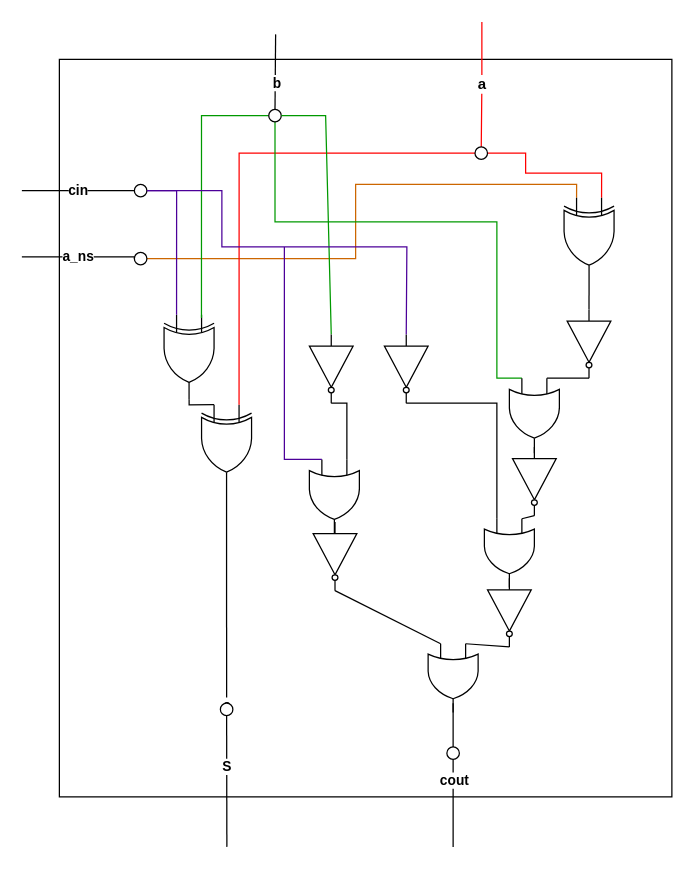
Before: Untitled Diagram.drawio in michal-mano/Digital_Systems, a draw.io diagram. Source tidied: cells renumbered, new cells numbered last; positions are measured from the earlier drawing's top-left corner, leaving out a move shared by most shapes. Both pictures are drawn from the tidied source at 125%, with x=0, y=0 at pixel (21, 21).
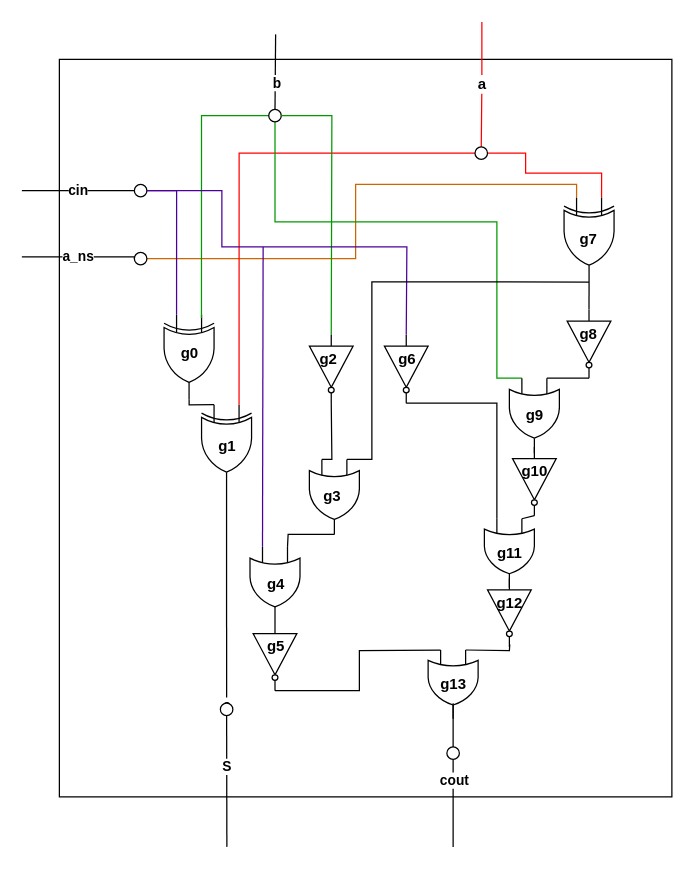
After the change.

The change refers to these unchanged cells:
```xml
<mxCell id="8" style="verticalLabelPosition=bottom;shadow=0;dashed=0;align=center;html=1;verticalAlign=top;shape=mxgraph.electrical.logic_gates.logic_gate;operation=xor;rotation=90;" parent="1" vertex="1">
  <mxGeometry x="420" y="154.4" width="67.5" height="40" as="geometry" />
</mxCell>
<mxCell id="11" style="verticalLabelPosition=bottom;shadow=0;dashed=0;align=center;html=1;verticalAlign=top;shape=mxgraph.electrical.logic_gates.logic_gate;operation=or;rotation=90;" parent="1" vertex="1">
  <mxGeometry x="220" y="360" width="60" height="40" as="geometry" />
</mxCell>
<mxCell id="27" style="ellipse;whiteSpace=wrap;html=1;" parent="1" vertex="1">
  <mxGeometry x="197.5" y="70" width="10" height="10" as="geometry" />
</mxCell>
<mxCell id="39" style="verticalLabelPosition=bottom;shadow=0;dashed=0;align=center;html=1;verticalAlign=top;shape=mxgraph.electrical.logic_gates.inverter_2;rotation=90;" parent="1" vertex="1">
  <mxGeometry x="362.5" y="455" width="55" height="35" as="geometry" />
</mxCell>
<mxCell id="50" style="verticalLabelPosition=bottom;shadow=0;dashed=0;align=center;html=1;verticalAlign=top;shape=mxgraph.electrical.logic_gates.inverter_2;rotation=90;" parent="1" vertex="1">
  <mxGeometry x="220" y="260" width="55" height="35" as="geometry" />
</mxCell>
```

The edit, as a diff of the source:
```diff
@@
     <mxCell id="32" style="endArrow=none;html=1;rounded=0;shadow=0;entryX=0;entryY=0.5;entryDx=0;entryDy=0;entryPerimeter=0;exitX=1;exitY=0.5;exitDx=0;exitDy=0;strokeColor=#009900;" parent="1" edge="1" source="27" target="50">
       <mxGeometry relative="1" as="geometry">
         <Array as="points">
-          <mxPoint x="243" y="75" />
+          <mxPoint x="248" y="75" />
         </Array>
       </mxGeometry>
     </mxCell>
@@
-    <mxCell id="35" style="endArrow=none;html=1;rounded=0;shadow=0;exitX=0;exitY=0.75;exitDx=0;exitDy=0;exitPerimeter=0;strokeColor=#4C0099;" parent="1" edge="1" source="11">
-      <mxGeometry relative="1" as="geometry">
-        <mxPoint x="210" y="180" as="targetPoint" />
-        <Array as="points">
-          <mxPoint x="210" y="350" />
-        </Array>
-      </mxGeometry>
-    </mxCell>
-    <mxCell id="36" style="verticalLabelPosition=bottom;shadow=0;dashed=0;align=center;html=1;verticalAlign=top;shape=mxgraph.electrical.logic_gates.inverter_2;rotation=90;" parent="1" vertex="1">
-      <mxGeometry x="223" y="410" width="55" height="35" as="geometry" />
-    </mxCell>
@@
     <mxCell id="40" style="verticalLabelPosition=bottom;shadow=0;dashed=0;align=center;html=1;verticalAlign=top;shape=mxgraph.electrical.logic_gates.logic_gate;operation=or;rotation=90;" parent="1" vertex="1">
-      <mxGeometry x="317.5" y="505" width="55" height="40" as="geometry" />
+      <mxGeometry x="317.5" y="510" width="55" height="40" as="geometry" />
     </mxCell>
-    <mxCell id="41" style="endArrow=none;html=1;rounded=0;shadow=0;exitX=1;exitY=0.5;exitDx=0;exitDy=0;exitPerimeter=0;entryX=0;entryY=0.75;entryDx=0;entryDy=0;entryPerimeter=0;" parent="1" edge="1" source="36" target="40">
-      <mxGeometry relative="1" as="geometry" />
+    <mxCell id="41" style="endArrow=none;html=1;rounded=0;shadow=0;exitX=1;exitY=0.5;exitDx=0;exitDy=0;exitPerimeter=0;entryX=0;entryY=0.75;entryDx=0;entryDy=0;entryPerimeter=0;" parent="1" edge="1" source="66" target="40">
+      <mxGeometry relative="1" as="geometry">
+        <Array as="points">
+          <mxPoint x="270" y="535" />
+          <mxPoint x="270" y="503" />
+        </Array>
+      </mxGeometry>
     </mxCell>
-    <mxCell id="42" style="endArrow=none;html=1;rounded=0;shadow=0;exitX=1;exitY=0.5;exitDx=0;exitDy=0;exitPerimeter=0;entryX=0;entryY=0.25;entryDx=0;entryDy=0;entryPerimeter=0;" parent="1" edge="1" source="39" target="40">
-      <mxGeometry relative="1" as="geometry" />
+    <mxCell id="42" style="endArrow=none;html=1;rounded=0;shadow=0;entryX=0;entryY=0.25;entryDx=0;entryDy=0;entryPerimeter=0;exitX=0.964;exitY=0.49;exitDx=0;exitDy=0;exitPerimeter=0;" parent="1" edge="1" source="39" target="40">
+      <mxGeometry relative="1" as="geometry">
+        <Array as="points">
+          <mxPoint x="390" y="503" />
+        </Array>
+      </mxGeometry>
     </mxCell>
@@
-    <mxCell id="51" style="endArrow=none;html=1;rounded=0;shadow=0;strokeColor=#000000;exitX=1;exitY=0.5;exitDx=0;exitDy=0;exitPerimeter=0;entryX=0;entryY=0.25;entryDx=0;entryDy=0;entryPerimeter=0;" parent="1" edge="1" source="50" target="11">
+    <mxCell id="51" style="endArrow=none;html=1;rounded=0;shadow=0;strokeColor=#000000;exitX=1;exitY=0.5;exitDx=0;exitDy=0;exitPerimeter=0;entryX=0;entryY=0.75;entryDx=0;entryDy=0;entryPerimeter=0;" parent="1" edge="1" source="50" target="11">
       <mxGeometry relative="1" as="geometry">
         <Array as="points">
-          <mxPoint x="260" y="305" />
+          <mxPoint x="248" y="350" />
         </Array>
       </mxGeometry>
     </mxCell>
+    <mxCell id="52" value="g0" style="text;html=1;align=center;verticalAlign=middle;fillColor=none;strokeColor=none;rounded=0;fontStyle=1;" parent="1" vertex="1">
+      <mxGeometry x="118.8" y="255" width="30" height="20" as="geometry" />
+    </mxCell>
+    <mxCell id="53" value="g1" style="text;html=1;align=center;verticalAlign=middle;fillColor=none;strokeColor=none;rounded=0;fontStyle=1;" parent="1" vertex="1">
+      <mxGeometry x="148.8" y="330" width="30" height="20" as="geometry" />
+    </mxCell>
+    <mxCell id="54" value="g2" style="text;html=1;align=center;verticalAlign=middle;fillColor=none;strokeColor=none;rounded=0;fontStyle=1;" parent="1" vertex="1">
+      <mxGeometry x="230" y="260" width="30" height="20" as="geometry" />
+    </mxCell>
+    <mxCell id="55" value="g7" style="text;html=1;align=center;verticalAlign=middle;fillColor=none;strokeColor=none;rounded=0;fontStyle=1;" parent="1" vertex="1">
+      <mxGeometry x="437.5" y="164.4" width="30" height="20" as="geometry" />
+    </mxCell>
+    <mxCell id="56" value="g8" style="text;html=1;align=center;verticalAlign=middle;fillColor=none;strokeColor=none;rounded=0;fontStyle=1;" parent="1" vertex="1">
+      <mxGeometry x="437.5" y="240" width="30" height="20" as="geometry" />
+    </mxCell>
+    <mxCell id="57" value="g9" style="text;html=1;align=center;verticalAlign=middle;fillColor=none;strokeColor=none;rounded=0;fontStyle=1;" parent="1" vertex="1">
+      <mxGeometry x="395" y="305" width="30" height="20" as="geometry" />
+    </mxCell>
+    <mxCell id="58" value="g10" style="text;html=1;align=center;verticalAlign=middle;fillColor=none;strokeColor=none;rounded=0;fontStyle=1;" parent="1" vertex="1">
+      <mxGeometry x="390" y="350" width="40" height="20" as="geometry" />
+    </mxCell>
+    <mxCell id="59" value="g11" style="text;html=1;align=center;verticalAlign=middle;fillColor=none;strokeColor=none;rounded=0;fontStyle=1;" parent="1" vertex="1">
+      <mxGeometry x="370" y="415" width="40" height="20" as="geometry" />
+    </mxCell>
+    <mxCell id="60" value="g12" style="text;html=1;align=center;verticalAlign=middle;fillColor=none;strokeColor=none;rounded=0;fontStyle=1;" parent="1" vertex="1">
+      <mxGeometry x="370" y="455" width="40" height="20" as="geometry" />
+    </mxCell>
+    <mxCell id="61" value="g3" style="text;html=1;align=center;verticalAlign=middle;fillColor=none;strokeColor=none;rounded=0;fontStyle=1;" parent="1" vertex="1">
+      <mxGeometry x="232.5" y="370" width="30" height="20" as="geometry" />
+    </mxCell>
+    <mxCell id="62" style="endArrow=none;html=1;rounded=0;exitX=0;exitY=0.25;exitDx=0;exitDy=0;exitPerimeter=0;entryX=1;entryY=0.5;entryDx=0;entryDy=0;entryPerimeter=0;" parent="1" edge="1" source="11" target="8">
+      <mxGeometry relative="1" as="geometry">
+        <Array as="points">
+          <mxPoint x="280" y="350" />
+          <mxPoint x="280" y="208" />
+        </Array>
+      </mxGeometry>
+    </mxCell>
+    <mxCell id="63" style="endArrow=none;html=1;rounded=0;exitX=0;exitY=0.75;exitDx=0;exitDy=0;exitPerimeter=0;fontColor=#7F00FF;strokeColor=#4C0099;" parent="1" edge="1" source="64">
+      <mxGeometry relative="1" as="geometry">
+        <mxPoint x="193" y="180" as="targetPoint" />
+      </mxGeometry>
+    </mxCell>
+    <mxCell id="64" style="verticalLabelPosition=bottom;shadow=0;dashed=0;align=center;html=1;verticalAlign=top;shape=mxgraph.electrical.logic_gates.logic_gate;operation=or;rotation=90;" parent="1" vertex="1">
+      <mxGeometry x="172.5" y="430" width="60" height="40" as="geometry" />
+    </mxCell>
+    <mxCell id="65" style="endArrow=none;html=1;rounded=0;exitX=0;exitY=0.25;exitDx=0;exitDy=0;exitPerimeter=0;entryX=1;entryY=0.5;entryDx=0;entryDy=0;entryPerimeter=0;" parent="1" edge="1" source="64" target="11">
+      <mxGeometry relative="1" as="geometry">
+        <Array as="points">
+          <mxPoint x="213" y="410" />
+        </Array>
+      </mxGeometry>
+    </mxCell>
+    <mxCell id="66" style="verticalLabelPosition=bottom;shadow=0;dashed=0;align=center;html=1;verticalAlign=top;shape=mxgraph.electrical.logic_gates.inverter_2;rotation=90;" parent="1" vertex="1">
+      <mxGeometry x="175" y="490" width="55" height="35" as="geometry" />
+    </mxCell>
+    <mxCell id="67" style="endArrow=none;html=1;rounded=0;exitX=0;exitY=0.5;exitDx=0;exitDy=0;exitPerimeter=0;entryX=1;entryY=0.5;entryDx=0;entryDy=0;entryPerimeter=0;" parent="1" edge="1" source="66" target="64">
+      <mxGeometry relative="1" as="geometry" />
+    </mxCell>
+    <mxCell id="68" value="g13" style="text;html=1;align=center;verticalAlign=middle;fillColor=none;strokeColor=none;rounded=0;fontStyle=1;" parent="1" vertex="1">
+      <mxGeometry x="325" y="520" width="40" height="20" as="geometry" />
+    </mxCell>
+    <mxCell id="69" value="g5" style="text;html=1;align=center;verticalAlign=middle;fillColor=none;strokeColor=none;rounded=0;fontStyle=1;" parent="1" vertex="1">
+      <mxGeometry x="187.5" y="490" width="30" height="20" as="geometry" />
+    </mxCell>
+    <mxCell id="70" value="g6" style="text;html=1;align=center;verticalAlign=middle;fillColor=none;strokeColor=none;rounded=0;fontStyle=1;" parent="1" vertex="1">
+      <mxGeometry x="292.5" y="260" width="30" height="20" as="geometry" />
+    </mxCell>
+    <mxCell id="71" value="g4" style="text;html=1;align=center;verticalAlign=middle;fillColor=none;strokeColor=none;rounded=0;fontStyle=1;" parent="1" vertex="1">
+      <mxGeometry x="187.5" y="440" width="30" height="20" as="geometry" />
+    </mxCell>
```
